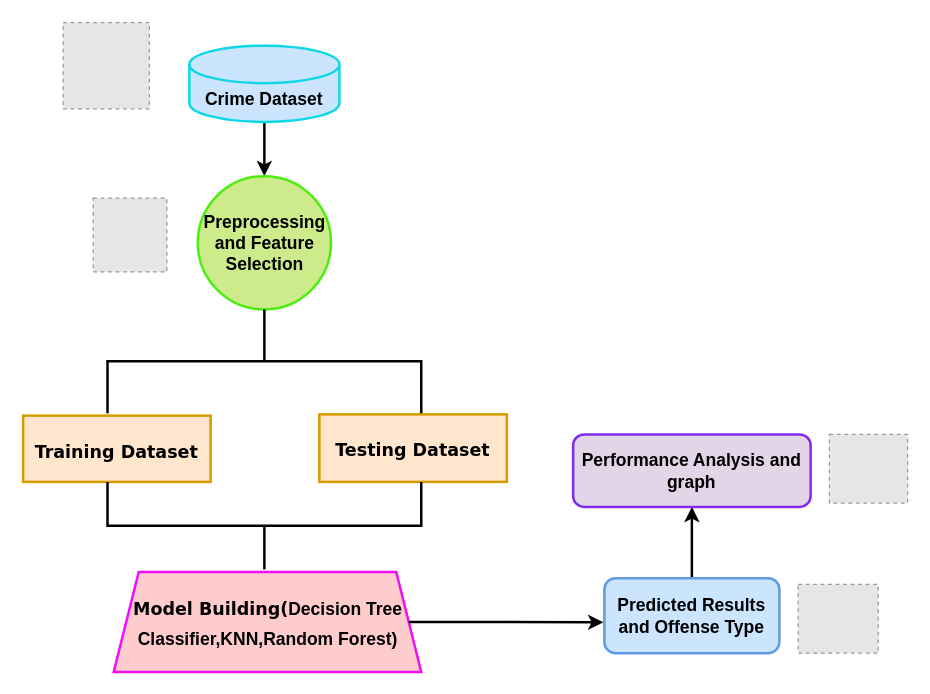
Above: Untitled Diagram.drawio in ChanumoluGayathri/System_Design (draw.io), before the change. Source tidied: cells renumbered, new cells numbered last; positions are measured from the earlier drawing's top-left corner, leaving out a move shared by most shapes. Both pictures are drawn from the tidied source at 125%, with x=0, y=0 at pixel (22, 21). Pictures stored in the file or linked from it are replaced by grey dashed boxes.
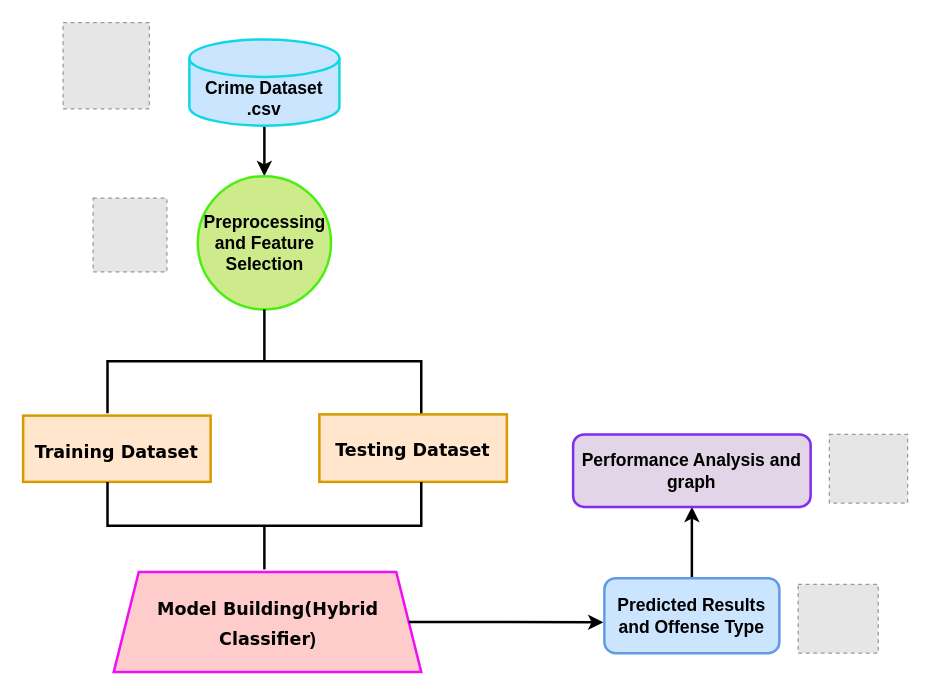
The same diagram, later.

Diff of the diagram source:
```diff
@@
 <mxGraphModel>
   <root>
     <mxCell id="0" />
     <mxCell id="1" parent="0" />
     <mxCell id="2" style="edgeStyle=orthogonalEdgeStyle;rounded=0;jettySize=auto;html=1;strokeWidth=2;" parent="1" edge="1" source="3" target="4">
       <mxGeometry relative="1" as="geometry" />
     </mxCell>
-    <mxCell id="3" value="&lt;span style=&quot;font-size: 14px;&quot;&gt;&lt;b&gt;Crime Dataset&lt;/b&gt;&lt;/span&gt;" style="shape=cylinder3;whiteSpace=wrap;html=1;boundedLbl=1;backgroundOutline=1;size=15;fillColor=#cce5ff;strokeColor=#0fd8e6;strokeWidth=2;" parent="1" vertex="1">
-      <mxGeometry x="133" y="19" width="120" height="61" as="geometry" />
+    <mxCell id="3" value="&lt;span style=&quot;font-size: 14px;&quot;&gt;&lt;b&gt;Crime Dataset&lt;/b&gt;&lt;/span&gt;&lt;div&gt;&lt;span style=&quot;font-size: 14px;&quot;&gt;&lt;b&gt;.csv&lt;/b&gt;&lt;/span&gt;&lt;/div&gt;" style="shape=cylinder3;whiteSpace=wrap;html=1;boundedLbl=1;backgroundOutline=1;size=15;fillColor=#cce5ff;strokeColor=#0fd8e6;strokeWidth=2;" parent="1" vertex="1">
+      <mxGeometry x="133" y="14" width="120" height="69" as="geometry" />
     </mxCell>
     <mxCell id="4" value="&lt;b style=&quot;font-size: 14px;&quot;&gt;&lt;font style=&quot;font-size: 14px;&quot;&gt;Preprocessing and Feature S&lt;/font&gt;election&lt;/b&gt;" style="ellipse;whiteSpace=wrap;html=1;fillColor=#cdeb8b;strokeColor=#4cee11;strokeWidth=2;" parent="1" vertex="1">
       <mxGeometry x="139.7" y="123.4" width="106.6" height="106.6" as="geometry" />
     </mxCell>
     <mxCell id="5" style="edgeStyle=orthogonalEdgeStyle;rounded=0;jettySize=auto;html=1;strokeWidth=2;" parent="1" edge="1" source="6" target="7">
       <mxGeometry relative="1" as="geometry" />
     </mxCell>
     <mxCell id="6" value="&lt;b&gt;&lt;font style=&quot;font-size: 14px;&quot;&gt;Predicted Results and Offense Type&lt;/font&gt;&lt;/b&gt;" style="rounded=1;whiteSpace=wrap;html=1;fillColor=#cce5ff;strokeColor=#629be4;strokeWidth=2;" parent="1" vertex="1">
       <mxGeometry x="465" y="445" width="140" height="60" as="geometry" />
     </mxCell>
     <mxCell id="7" value="&lt;b&gt;&lt;font style=&quot;font-size: 14px;&quot;&gt;Performance Analysis and graph&lt;/font&gt;&lt;/b&gt;" style="rounded=1;whiteSpace=wrap;html=1;fillColor=#e1d5e7;strokeColor=#832ced;strokeWidth=2;" parent="1" vertex="1">
       <mxGeometry x="440" y="330" width="190" height="58" as="geometry" />
     </mxCell>
     <mxCell id="8" value="&lt;font size=&quot;1&quot; face=&quot;Verdana&quot;&gt;&lt;b style=&quot;font-size: 14px;&quot;&gt;Training Dataset&lt;/b&gt;&lt;/font&gt;" style="whiteSpace=wrap;html=1;hachureGap=4;fontFamily=Architects Daughter;fontSize=20;fillColor=#ffe6cc;strokeColor=#d79b00;strokeWidth=2;" parent="1" vertex="1">
       <mxGeometry y="315" width="150" height="53" as="geometry" />
     </mxCell>
     <mxCell id="9" value="&lt;font size=&quot;1&quot; face=&quot;Verdana&quot;&gt;&lt;b style=&quot;font-size: 14px;&quot;&gt;Testing Dataset&lt;/b&gt;&lt;/font&gt;" style="rounded=0;whiteSpace=wrap;html=1;hachureGap=4;fontFamily=Architects Daughter;fontSize=20;fillColor=#ffe6cc;strokeColor=#d79b00;strokeWidth=2;" parent="1" vertex="1">
       <mxGeometry x="237" y="314" width="150" height="54" as="geometry" />
     </mxCell>
-    <mxCell id="10" value="&lt;font style=&quot;font-size: 14px;&quot;&gt;&lt;b&gt;&lt;font style=&quot;font-size: 14px;&quot; face=&quot;Verdana&quot;&gt;Model Building(&lt;/font&gt;&lt;span style=&quot;border-color: var(--border-color); font-family: Helvetica;&quot;&gt;&lt;font style=&quot;border-color: var(--border-color); font-size: 14px;&quot;&gt;Decision Tree Classifier,KNN,Random Forest)&lt;/font&gt;&lt;/span&gt;&lt;/b&gt;&lt;/font&gt;" style="shape=trapezoid;perimeter=trapezoidPerimeter;whiteSpace=wrap;html=1;fixedSize=1;fontSize=20;fontFamily=Architects Daughter;hachureGap=4;fillColor=#ffcccc;strokeColor=#f10ff5;strokeWidth=2;" parent="1" vertex="1">
+    <mxCell id="10" value="&lt;font style=&quot;font-size: 14px;&quot;&gt;&lt;b&gt;&lt;font style=&quot;font-size: 14px;&quot; face=&quot;Verdana&quot;&gt;Model Building(Hybrid Classifier&lt;/font&gt;&lt;span style=&quot;border-color: var(--border-color); font-family: Helvetica;&quot;&gt;&lt;font style=&quot;border-color: var(--border-color); font-size: 14px;&quot;&gt;)&lt;/font&gt;&lt;/span&gt;&lt;/b&gt;&lt;/font&gt;" style="shape=trapezoid;perimeter=trapezoidPerimeter;whiteSpace=wrap;html=1;fixedSize=1;fontSize=20;fontFamily=Architects Daughter;hachureGap=4;fillColor=#ffcccc;strokeColor=#f10ff5;strokeWidth=2;" parent="1" vertex="1">
       <mxGeometry x="72.5" y="440" width="246" height="80" as="geometry" />
     </mxCell>
     <mxCell id="11" style="fillColor=#E6E6E6;strokeColor=#999999;dashed=1;verticalLabelPosition=bottom;labelBackgroundColor=default;verticalAlign=top;" parent="1" vertex="1">
       <mxGeometry x="56" y="141" width="59" height="59" as="geometry" />
     </mxCell>
     <mxCell id="12" style="fillColor=#E6E6E6;strokeColor=#999999;dashed=1;verticalLabelPosition=bottom;labelBackgroundColor=default;verticalAlign=top;" parent="1" vertex="1">
       <mxGeometry x="32" y="0.5" width="69" height="69" as="geometry" />
     </mxCell>
     <mxCell id="13" style="fillColor=#E6E6E6;strokeColor=#999999;dashed=1;verticalLabelPosition=bottom;labelBackgroundColor=default;verticalAlign=top;" parent="1" vertex="1">
       <mxGeometry x="645" y="330" width="62.6" height="55" as="geometry" />
     </mxCell>
     <mxCell id="14" style="fillColor=#E6E6E6;strokeColor=#999999;dashed=1;verticalLabelPosition=bottom;labelBackgroundColor=default;verticalAlign=top;" parent="1" vertex="1">
       <mxGeometry x="620" y="450" width="64.1" height="55" as="geometry" />
     </mxCell>
     <mxCell id="15" style="strokeWidth=2;html=1;shape=mxgraph.flowchart.annotation_2;align=left;labelPosition=right;hachureGap=4;fontFamily=Architects Daughter;fontSize=20;perimeterSpacing=4;direction=south;" parent="1" vertex="1">
       <mxGeometry x="67.5" y="230" width="251" height="83" as="geometry" />
     </mxCell>
     <mxCell id="16" style="strokeWidth=2;html=1;shape=mxgraph.flowchart.annotation_2;align=left;labelPosition=right;hachureGap=4;fontFamily=Architects Daughter;fontSize=20;perimeterSpacing=4;direction=north;" parent="1" vertex="1">
       <mxGeometry x="67.5" y="368" width="251" height="70" as="geometry" />
     </mxCell>
     <mxCell id="17" style="endArrow=classic;html=1;rounded=0;hachureGap=4;fontFamily=Architects Daughter;fontSize=16;exitX=1;exitY=0.5;exitDx=0;exitDy=0;entryX=-0.006;entryY=0.589;entryDx=0;entryDy=0;entryPerimeter=0;strokeWidth=2;" parent="1" edge="1" source="10" target="6">
       <mxGeometry relative="1" as="geometry" />
     </mxCell>
   </root>
 </mxGraphModel>
```
